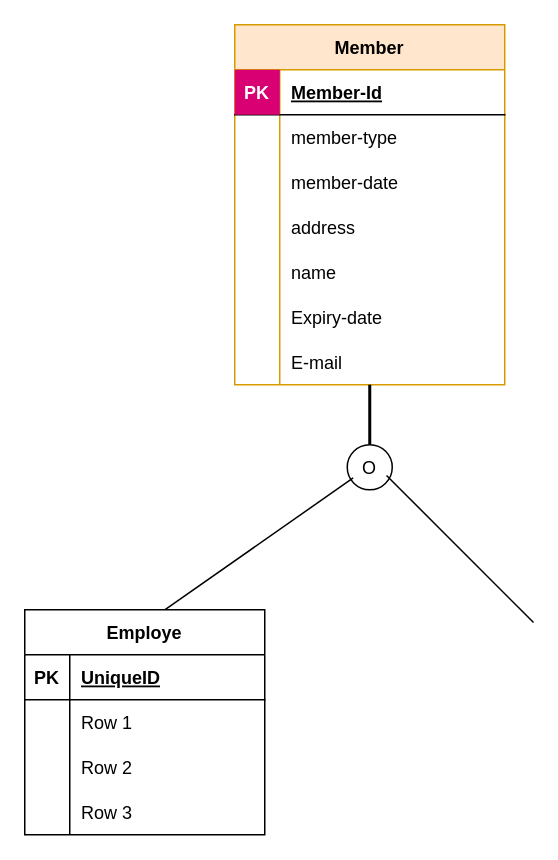
This is Untitled Diagram.drawio from shahin-servati/Todolost, a draw.io file, before an edit. Source tidied: cells renumbered, new cells numbered last; positions are measured from the earlier drawing's top-left corner, leaving out a move shared by most shapes. Both pictures are drawn from the tidied source at 150%, with x=0, y=0 at pixel (24, 24).
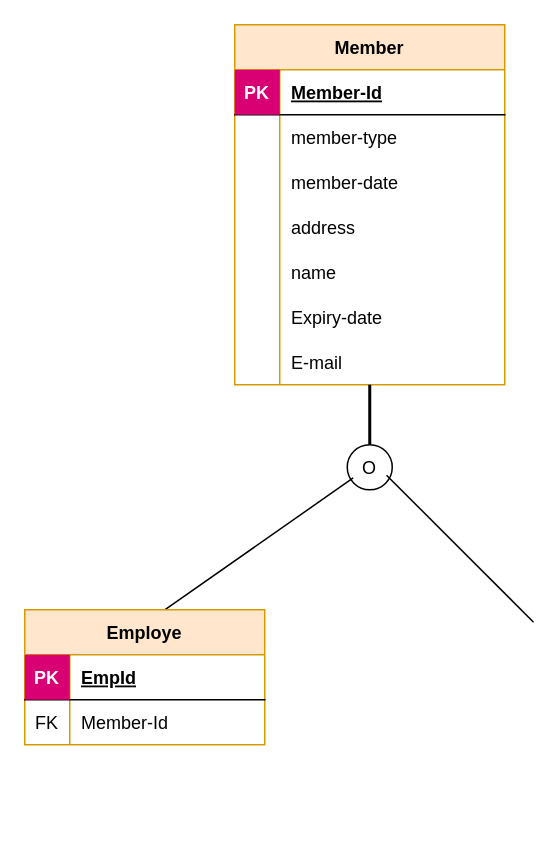
The same diagram, later.

The change refers to these unchanged cells:
```xml
<mxCell id="29" style="shape=partialRectangle;fillColor=none;top=0;left=0;bottom=1;right=0;" parent="28" vertex="1">
  <mxGeometry y="30" width="160" height="30" as="geometry" />
</mxCell>
<mxCell id="32" style="shape=partialRectangle;fillColor=none;top=0;left=0;bottom=0;right=0;" parent="28" vertex="1">
  <mxGeometry y="60" width="160" height="30" as="geometry" />
</mxCell>
```

Change to the diagram source:
```diff
@@
     <mxCell id="27" style="line;strokeWidth=1;direction=south;html=1;shadow=0;labelBackgroundColor=none;rotation=-45;" parent="1" vertex="1">
-      <mxGeometry x="285.2" y="280.2" width="10" height="138.6" as="geometry" />
+      <mxGeometry x="285.2" y="280" width="10" height="138.6" as="geometry" />
     </mxCell>
-    <mxCell id="28" value="Employe" style="shape=table;startSize=30;childLayout=tableLayout;rowLines=0;fontStyle=1;align=center;shadow=0;labelBackgroundColor=none;strokeWidth=1;" parent="1" vertex="1">
-      <mxGeometry y="390" width="160" height="150" as="geometry" />
+    <mxCell id="28" value="Employe" style="shape=table;startSize=30;childLayout=tableLayout;rowLines=0;fontStyle=1;align=center;shadow=0;labelBackgroundColor=none;strokeWidth=1;fillColor=#ffe6cc;strokeColor=#d79b00;" parent="1" vertex="1">
+      <mxGeometry y="390" width="160" height="90" as="geometry" />
     </mxCell>
@@
-    <mxCell id="30" value="PK" style="shape=partialRectangle;fillColor=none;top=0;left=0;bottom=0;right=0;fontStyle=1;overflow=hidden;" parent="29" vertex="1">
+    <mxCell id="30" value="PK" style="shape=partialRectangle;fillColor=#d80073;top=0;left=0;bottom=0;right=0;fontStyle=1;overflow=hidden;strokeColor=#A50040;fontColor=#ffffff;" parent="29" vertex="1">
       <mxGeometry width="30" height="30" as="geometry" />
     </mxCell>
-    <mxCell id="31" value="UniqueID" style="shape=partialRectangle;fillColor=none;top=0;left=0;bottom=0;right=0;align=left;spacingLeft=6;fontStyle=5;overflow=hidden;" parent="29" vertex="1">
+    <mxCell id="31" value="EmpId" style="shape=partialRectangle;fillColor=none;top=0;left=0;bottom=0;right=0;align=left;spacingLeft=6;fontStyle=5;overflow=hidden;" parent="29" vertex="1">
       <mxGeometry x="30" width="130" height="30" as="geometry" />
     </mxCell>
@@
-    <mxCell id="33" style="shape=partialRectangle;fillColor=none;top=0;left=0;bottom=0;right=0;overflow=hidden;" parent="32" vertex="1">
+    <mxCell id="33" value="FK" style="shape=partialRectangle;fillColor=none;top=0;left=0;bottom=0;right=0;overflow=hidden;" parent="32" vertex="1">
       <mxGeometry width="30" height="30" as="geometry" />
     </mxCell>
-    <mxCell id="34" value="Row 1" style="shape=partialRectangle;fillColor=none;top=0;left=0;bottom=0;right=0;align=left;spacingLeft=6;overflow=hidden;" parent="32" vertex="1">
+    <mxCell id="34" value="Member-Id" style="shape=partialRectangle;fillColor=none;top=0;left=0;bottom=0;right=0;align=left;spacingLeft=6;overflow=hidden;" parent="32" vertex="1">
       <mxGeometry x="30" width="130" height="30" as="geometry" />
     </mxCell>
-    <mxCell id="35" style="shape=partialRectangle;fillColor=none;top=0;left=0;bottom=0;right=0;" parent="28" vertex="1">
-      <mxGeometry y="90" width="160" height="30" as="geometry" />
-    </mxCell>
-    <mxCell id="36" style="shape=partialRectangle;fillColor=none;top=0;left=0;bottom=0;right=0;overflow=hidden;" parent="35" vertex="1">
-      <mxGeometry width="30" height="30" as="geometry" />
-    </mxCell>
-    <mxCell id="37" value="Row 2" style="shape=partialRectangle;fillColor=none;top=0;left=0;bottom=0;right=0;align=left;spacingLeft=6;overflow=hidden;" parent="35" vertex="1">
-      <mxGeometry x="30" width="130" height="30" as="geometry" />
-    </mxCell>
-    <mxCell id="38" style="shape=partialRectangle;fillColor=none;top=0;left=0;bottom=0;right=0;" parent="28" vertex="1">
-      <mxGeometry y="120" width="160" height="30" as="geometry" />
-    </mxCell>
-    <mxCell id="39" style="shape=partialRectangle;fillColor=none;top=0;left=0;bottom=0;right=0;overflow=hidden;" parent="38" vertex="1">
-      <mxGeometry width="30" height="30" as="geometry" />
-    </mxCell>
-    <mxCell id="40" value="Row 3" style="shape=partialRectangle;fillColor=none;top=0;left=0;bottom=0;right=0;align=left;spacingLeft=6;overflow=hidden;" parent="38" vertex="1">
-      <mxGeometry x="30" width="130" height="30" as="geometry" />
-    </mxCell>
```
